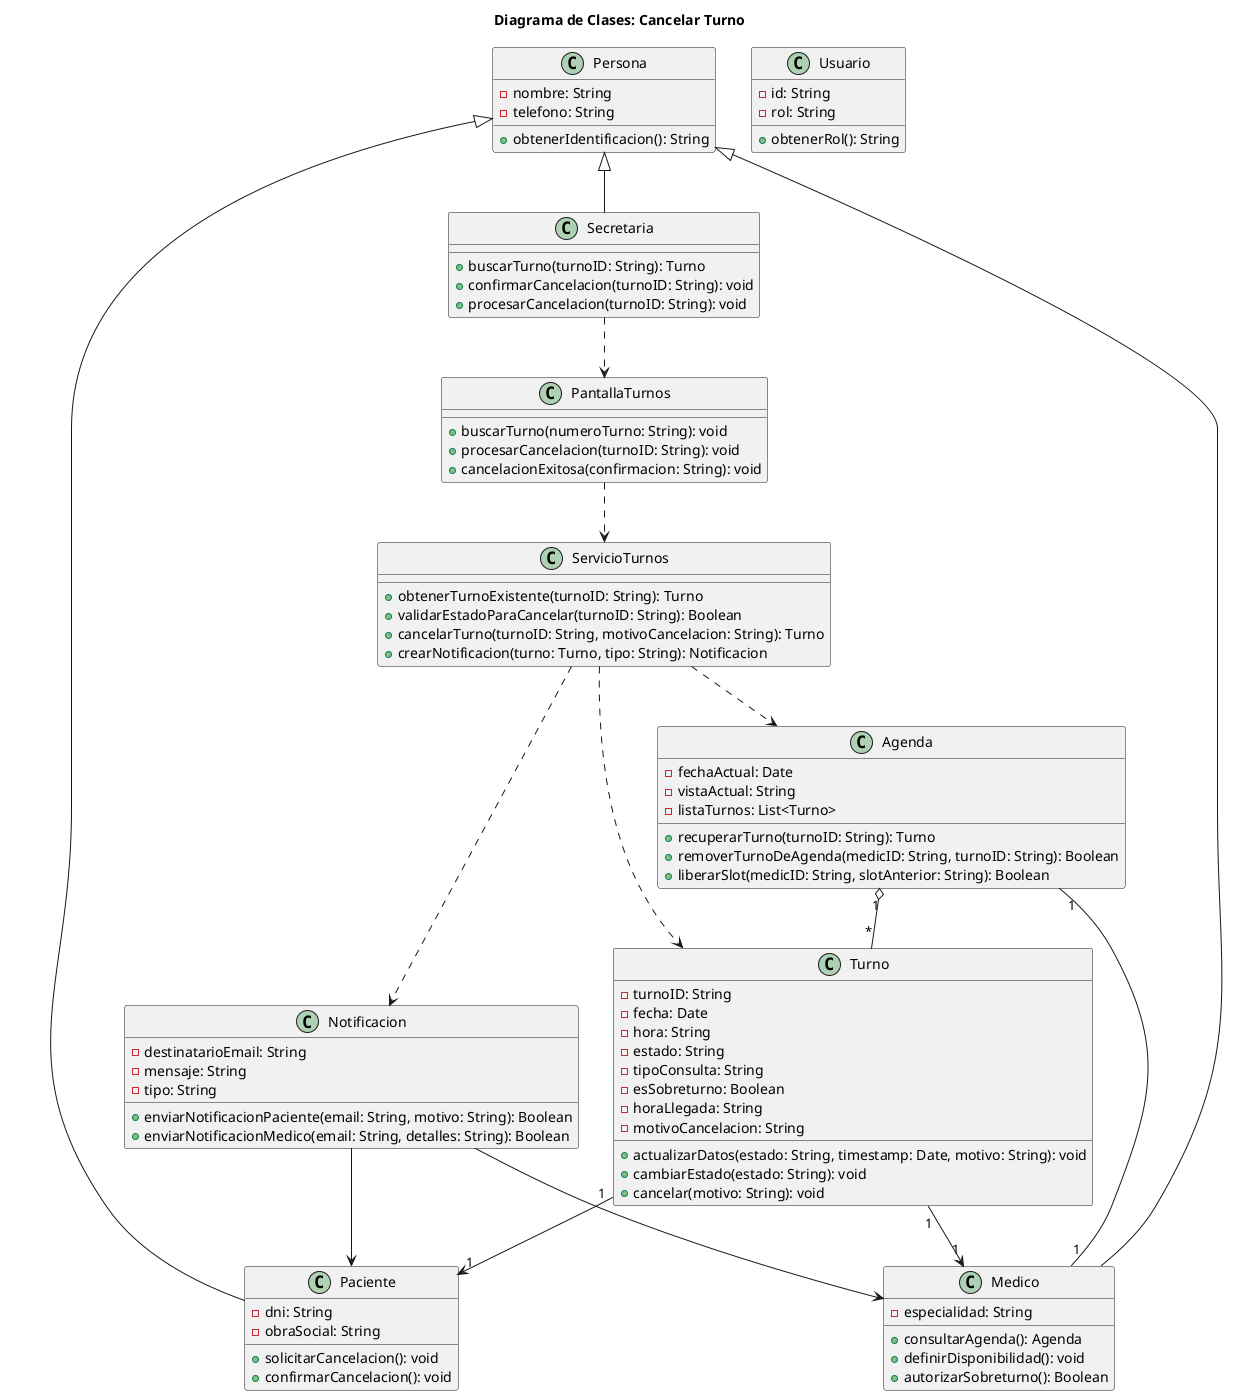
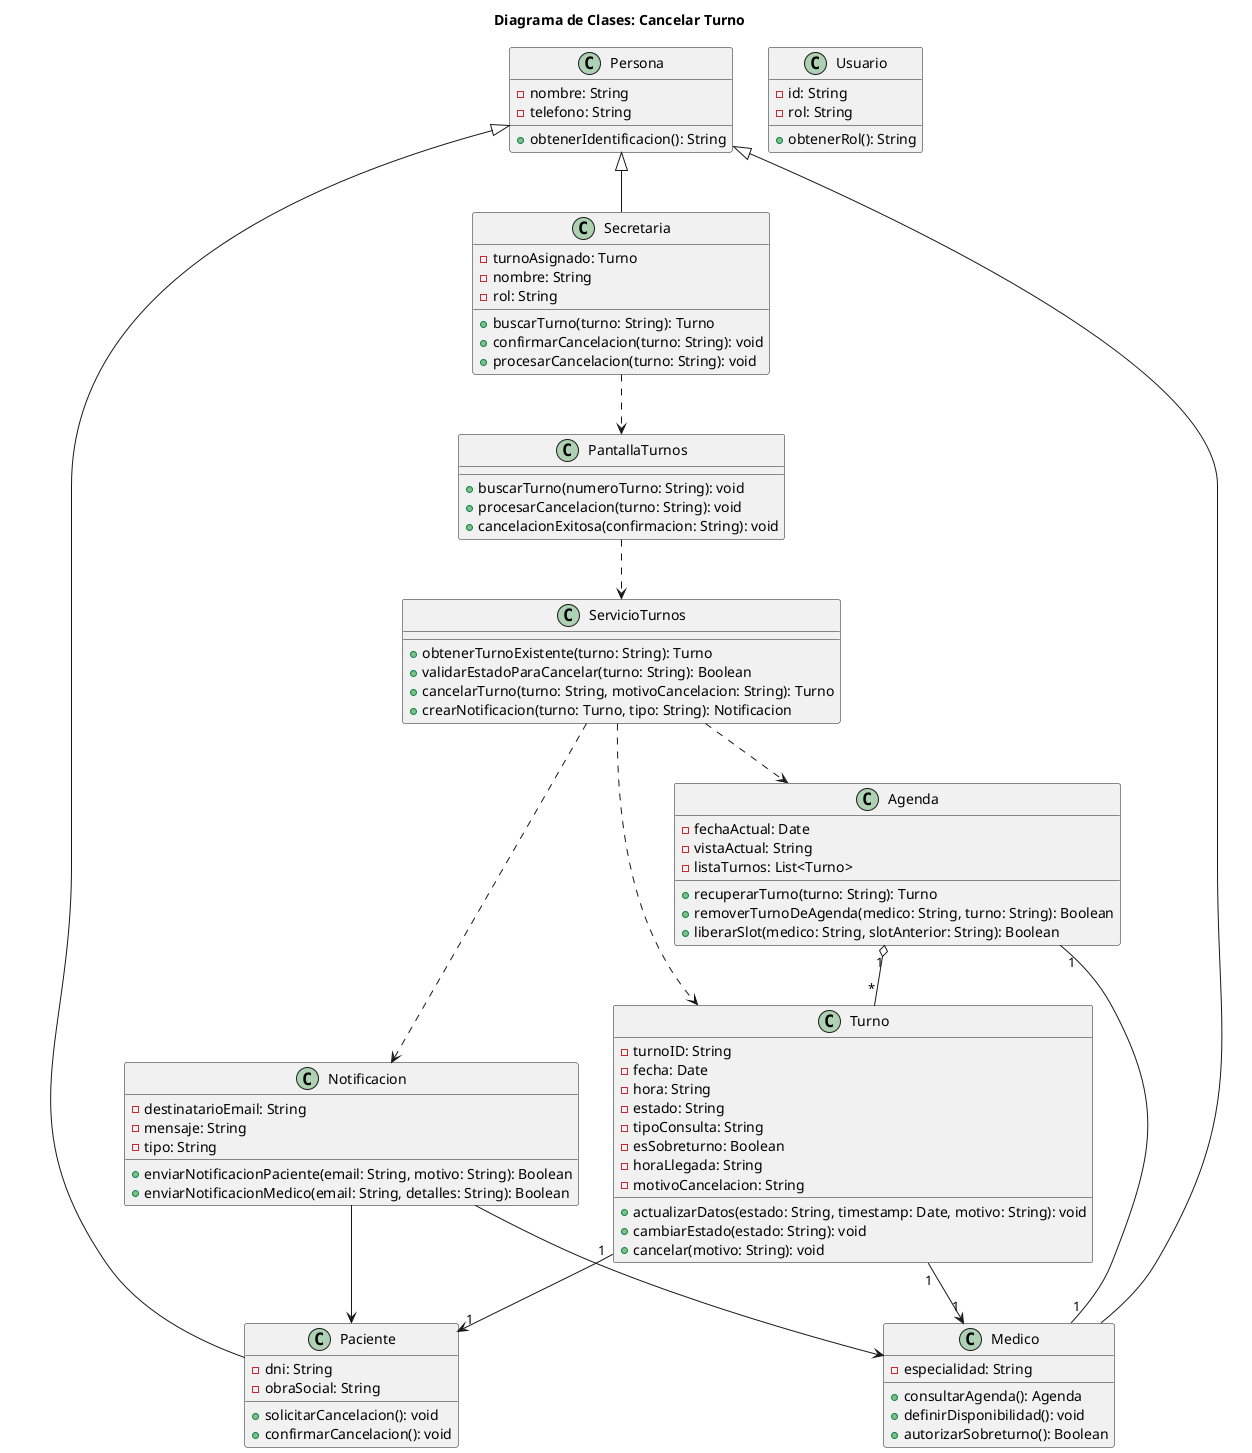
@startuml 03-clases-cancelar-turno-03
title Diagrama de Clases: Cancelar Turno

class Persona {
  - nombre: String
  - telefono: String
  + obtenerIdentificacion(): String
}

class Usuario {
  - id: String
  - rol: String
  + obtenerRol(): String
}

class Paciente {
  - dni: String
  - obraSocial: String
  + solicitarCancelacion(): void
  + confirmarCancelacion(): void
}

class Secretaria {
-   + buscarTurno(turnoID: String): Turno
-   + confirmarCancelacion(turnoID: String): void
-   + procesarCancelacion(turnoID: String): void
+   - turnoAsignado: Turno
+   - nombre: String
+   - rol: String
+   + buscarTurno(turno: String): Turno
+   + confirmarCancelacion(turno: String): void
+   + procesarCancelacion(turno: String): void
}

class Medico {
  - especialidad: String
  + consultarAgenda(): Agenda
  + definirDisponibilidad(): void
  + autorizarSobreturno(): Boolean
}

class Agenda {
  - fechaActual: Date
  - vistaActual: String
  - listaTurnos: List<Turno>
-   + recuperarTurno(turnoID: String): Turno
-   + removerTurnoDeAgenda(medicID: String, turnoID: String): Boolean
-   + liberarSlot(medicID: String, slotAnterior: String): Boolean
+   + recuperarTurno(turno: String): Turno
+   + removerTurnoDeAgenda(medico: String, turno: String): Boolean
+   + liberarSlot(medico: String, slotAnterior: String): Boolean
}

class Turno {
  - turnoID: String
  - fecha: Date
  - hora: String
  - estado: String
  - tipoConsulta: String
  - esSobreturno: Boolean
  - horaLlegada: String
  - motivoCancelacion: String
  + actualizarDatos(estado: String, timestamp: Date, motivo: String): void
  + cambiarEstado(estado: String): void
  + cancelar(motivo: String): void
}

class Notificacion {
  - destinatarioEmail: String
  - mensaje: String
  - tipo: String
  + enviarNotificacionPaciente(email: String, motivo: String): Boolean
  + enviarNotificacionMedico(email: String, detalles: String): Boolean
}

class ServicioTurnos {
-   + obtenerTurnoExistente(turnoID: String): Turno
-   + validarEstadoParaCancelar(turnoID: String): Boolean
-   + cancelarTurno(turnoID: String, motivoCancelacion: String): Turno
+   + obtenerTurnoExistente(turno: String): Turno
+   + validarEstadoParaCancelar(turno: String): Boolean
+   + cancelarTurno(turno: String, motivoCancelacion: String): Turno
  + crearNotificacion(turno: Turno, tipo: String): Notificacion
}

class PantallaTurnos {
  + buscarTurno(numeroTurno: String): void
-   + procesarCancelacion(turnoID: String): void
+   + procesarCancelacion(turno: String): void
  + cancelacionExitosa(confirmacion: String): void
}

Persona <|-- Paciente
Persona <|-- Medico
Persona <|-- Secretaria

Agenda "1" o-- "*" Turno
Agenda "1" -- "1" Medico
Turno "1" --> "1" Paciente
Turno "1" --> "1" Medico
ServicioTurnos ..> Agenda
ServicioTurnos ..> Turno
ServicioTurnos ..> Notificacion
PantallaTurnos ..> ServicioTurnos
Secretaria ..> PantallaTurnos
Notificacion --> Paciente
Notificacion --> Medico

@enduml